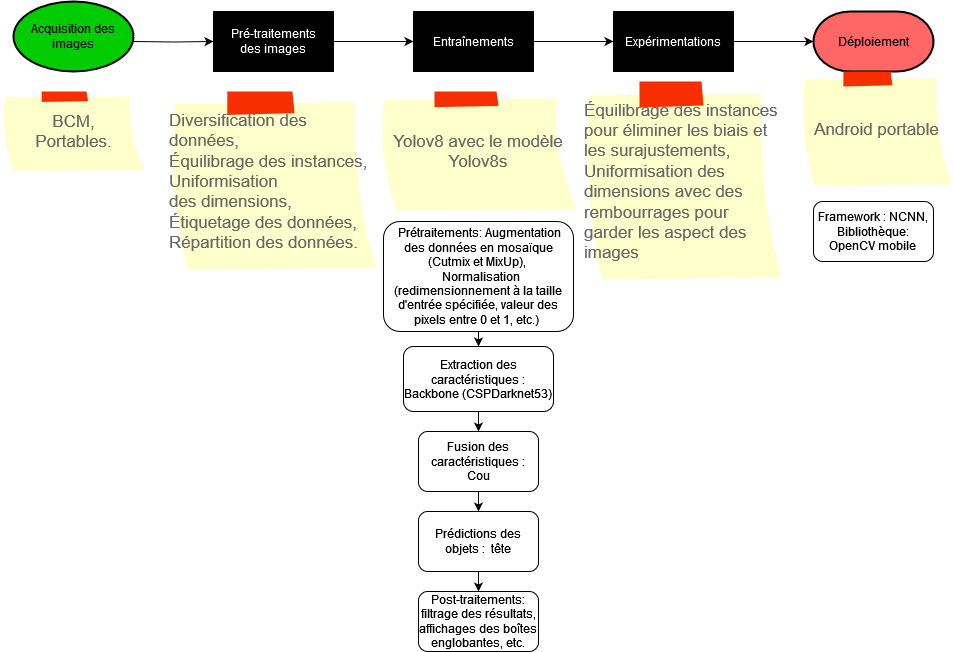
Above: Ariary_recognition.drawio.png in bihoux/Repertoire_vaovao (draw.io), before the change. Source tidied: cells renumbered, new cells last; positions are measured from the earlier drawing's top-left corner, leaving out a move shared by most shapes.
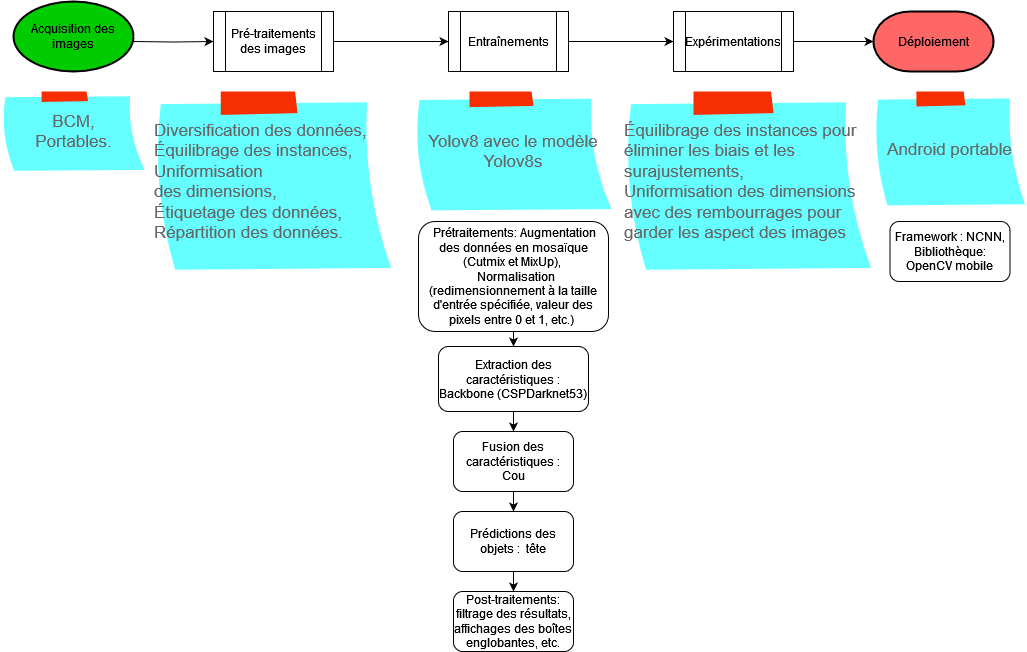
Above is the later version.

Commit message:
Mettre à jour Ariary_recognition.drawio.png

What changed in the source:
```diff
@@ -10,73 +10,75 @@
     <mxCell id="3" style="edgeStyle=orthogonalEdgeStyle;rounded=0;jettySize=auto;html=1;fillColor=#66FFFF;" parent="1" edge="1" source="4" target="6">
       <mxGeometry relative="1" as="geometry" />
     </mxCell>
-    <mxCell id="4" value="Pré-traitements des images" style="shape=process;whiteSpace=wrap;html=1;backgroundOutline=1;fillColor=#000000;fontColor=#FFFFFF;" parent="1" vertex="1">
+    <mxCell id="4" value="Pré-traitements des images" style="shape=process;whiteSpace=wrap;html=1;backgroundOutline=1;fillColor=#FFFFFF;fontColor=#000000;" parent="1" vertex="1">
       <mxGeometry x="212" y="10" width="120" height="60" as="geometry" />
     </mxCell>
     <mxCell id="5" style="edgeStyle=orthogonalEdgeStyle;rounded=0;jettySize=auto;html=1;fillColor=#66FFFF;" parent="1" edge="1" source="6" target="8">
       <mxGeometry relative="1" as="geometry" />
     </mxCell>
-    <mxCell id="6" value="Entraînements" style="shape=process;whiteSpace=wrap;html=1;backgroundOutline=1;fillColor=#000000;fontColor=#FFFFFF;" parent="1" vertex="1">
-      <mxGeometry x="412" y="10" width="120" height="60" as="geometry" />
+    <mxCell id="6" value="Entraînements" style="shape=process;whiteSpace=wrap;html=1;backgroundOutline=1;fillColor=#FFFFFF;fontColor=#000000;" parent="1" vertex="1">
+      <mxGeometry x="447" y="10" width="120" height="60" as="geometry" />
     </mxCell>
     <mxCell id="7" style="edgeStyle=orthogonalEdgeStyle;rounded=0;jettySize=auto;html=1;fillColor=#66FFFF;" parent="1" edge="1" source="8">
       <mxGeometry relative="1" as="geometry">
-        <mxPoint x="812" y="40" as="targetPoint" />
+        <mxPoint x="872" y="40" as="targetPoint" />
       </mxGeometry>
     </mxCell>
-    <mxCell id="8" value="Expérimentations" style="shape=process;whiteSpace=wrap;html=1;backgroundOutline=1;fillColor=#000000;fontColor=#FFFFFF;" parent="1" vertex="1">
-      <mxGeometry x="612" y="10" width="120" height="60" as="geometry" />
+    <mxCell id="8" value="Expérimentations" style="shape=process;whiteSpace=wrap;html=1;backgroundOutline=1;fillColor=#FFFFFF;fontColor=#000000;" parent="1" vertex="1">
+      <mxGeometry x="672" y="10" width="120" height="60" as="geometry" />
     </mxCell>
     <mxCell id="9" style="edgeStyle=orthogonalEdgeStyle;rounded=0;jettySize=auto;html=1;" parent="1" edge="1" source="10" target="12">
       <mxGeometry relative="1" as="geometry" />
     </mxCell>
     <mxCell id="10" value="&amp;nbsp;Prétraitements: Augmentation des données en mosaïque (Cutmix et MixUp),&amp;nbsp;&lt;div&gt;&amp;nbsp; Normalisation (redimensionnement à la taille d'entrée spécifiée, valeur des pixels entre 0 et 1, etc.)&amp;nbsp; &lt;/div&gt;" style="rounded=1;whiteSpace=wrap;html=1;" parent="1" vertex="1">
-      <mxGeometry x="382" y="220" width="190" height="110" as="geometry" />
+      <mxGeometry x="417" y="220" width="190" height="110" as="geometry" />
     </mxCell>
     <mxCell id="11" style="edgeStyle=orthogonalEdgeStyle;rounded=0;jettySize=auto;html=1;" parent="1" edge="1" source="12" target="14">
       <mxGeometry relative="1" as="geometry" />
     </mxCell>
     <mxCell id="12" value="Extraction des caractéristiques : Backbone (CSPDarknet53)" style="rounded=1;whiteSpace=wrap;html=1;" parent="1" vertex="1">
-      <mxGeometry x="402" y="345" width="150" height="65" as="geometry" />
+      <mxGeometry x="437" y="345" width="150" height="65" as="geometry" />
     </mxCell>
-    <mxCell id="13" style="edgeStyle=orthogonalEdgeStyle;rounded=0;jettySize=auto;html=1;" parent="1" edge="1" source="14" target="16">
-      <mxGeometry relative="1" as="geometry" />
+    <mxCell id="13" style="edgeStyle=orthogonalEdgeStyle;rounded=0;jettySize=auto;html=1;" parent="1" edge="1" source="14">
+      <mxGeometry relative="1" as="geometry">
+        <mxPoint x="512" y="510" as="targetPoint" />
+      </mxGeometry>
     </mxCell>
     <mxCell id="14" value="Fusion des caractéristiques : Cou" style="rounded=1;whiteSpace=wrap;html=1;" parent="1" vertex="1">
-      <mxGeometry x="417" y="430" width="120" height="60" as="geometry" />
+      <mxGeometry x="452" y="430" width="120" height="60" as="geometry" />
     </mxCell>
     <mxCell id="15" style="edgeStyle=orthogonalEdgeStyle;rounded=0;jettySize=auto;html=1;" parent="1" edge="1" source="16" target="17">
       <mxGeometry relative="1" as="geometry" />
     </mxCell>
     <mxCell id="16" value="Prédictions des objets :&amp;nbsp; tête" style="rounded=1;whiteSpace=wrap;html=1;" parent="1" vertex="1">
-      <mxGeometry x="417" y="510" width="120" height="60" as="geometry" />
+      <mxGeometry x="452" y="510" width="120" height="60" as="geometry" />
     </mxCell>
     <mxCell id="17" value="Post-traitements: filtrage des résultats, affichages des boîtes englobantes, etc." style="rounded=1;whiteSpace=wrap;html=1;" parent="1" vertex="1">
-      <mxGeometry x="417" y="590" width="120" height="60" as="geometry" />
+      <mxGeometry x="452" y="590" width="120" height="60" as="geometry" />
     </mxCell>
     <mxCell id="18" value="&lt;div&gt;Framework : NCNN,&lt;/div&gt;&lt;div&gt;Bibliothèque: OpenCV mobile&lt;br&gt;&lt;/div&gt;" style="rounded=1;whiteSpace=wrap;html=1;" parent="1" vertex="1">
-      <mxGeometry x="812" y="200" width="120" height="60" as="geometry" />
+      <mxGeometry x="888.5" y="220" width="120" height="60" as="geometry" />
     </mxCell>
     <mxCell id="19" value="Acquisition des images" style="strokeWidth=2;html=1;shape=mxgraph.flowchart.start_1;whiteSpace=wrap;fillColor=#00CC00;" parent="1" vertex="1">
       <mxGeometry x="12" width="120" height="70" as="geometry" />
     </mxCell>
     <mxCell id="20" value="Déploiement" style="strokeWidth=2;html=1;shape=mxgraph.flowchart.terminator;whiteSpace=wrap;fillColor=#FF6666;" parent="1" vertex="1">
-      <mxGeometry x="812" y="10" width="120" height="60" as="geometry" />
+      <mxGeometry x="872" y="10" width="120" height="60" as="geometry" />
     </mxCell>
-    <mxCell id="21" value="&lt;div align=&quot;left&quot;&gt;Diversification des données,&lt;/div&gt;&lt;div align=&quot;left&quot;&gt;Équilibrage des instances,&amp;nbsp;&lt;/div&gt;&lt;div&gt;&lt;div align=&quot;left&quot;&gt;Uniformisation&lt;br&gt;&lt;/div&gt;&lt;div align=&quot;left&quot;&gt; des dimensions,&amp;nbsp;&lt;/div&gt;&lt;div align=&quot;left&quot;&gt;Étiquetage des données, Répartition des données.&lt;/div&gt;&lt;/div&gt;" style="strokeWidth=1;shadow=0;dashed=0;align=center;html=1;shape=mxgraph.mockup.text.stickyNote2;fontColor=#666666;mainText=;fontSize=17;whiteSpace=wrap;fillColor=#ffffcc;strokeColor=#F62E00;" parent="1" vertex="1">
-      <mxGeometry x="167" y="90" width="210" height="180" as="geometry" />
+    <mxCell id="21" value="&lt;div align=&quot;left&quot;&gt;Diversification des données,&lt;/div&gt;&lt;div align=&quot;left&quot;&gt;Équilibrage des instances,&amp;nbsp;&lt;/div&gt;&lt;div&gt;&lt;div align=&quot;left&quot;&gt;Uniformisation&lt;br&gt;&lt;/div&gt;&lt;div align=&quot;left&quot;&gt; des dimensions,&amp;nbsp;&lt;/div&gt;&lt;div align=&quot;left&quot;&gt;Étiquetage des données, Répartition des données.&lt;/div&gt;&lt;/div&gt;" style="strokeWidth=1;shadow=0;dashed=0;align=center;html=1;shape=mxgraph.mockup.text.stickyNote2;fontColor=#666666;mainText=;fontSize=17;whiteSpace=wrap;fillColor=#66FFFF;strokeColor=#F62E00;" parent="1" vertex="1">
+      <mxGeometry x="152" y="90" width="240" height="180" as="geometry" />
     </mxCell>
-    <mxCell id="22" value="Yolov8 avec le modèle Yolov8s" style="strokeWidth=1;shadow=0;dashed=0;align=center;html=1;shape=mxgraph.mockup.text.stickyNote2;fontColor=#666666;mainText=;fontSize=17;whiteSpace=wrap;fillColor=#ffffcc;strokeColor=#F62E00;" parent="1" vertex="1">
-      <mxGeometry x="377" y="90" width="200" height="120" as="geometry" />
+    <mxCell id="22" value="Yolov8 avec le modèle Yolov8s" style="strokeWidth=1;shadow=0;dashed=0;align=center;html=1;shape=mxgraph.mockup.text.stickyNote2;fontColor=#666666;mainText=;fontSize=17;whiteSpace=wrap;fillColor=#66FFFF;strokeColor=#F62E00;" parent="1" vertex="1">
+      <mxGeometry x="412" y="90" width="200" height="120" as="geometry" />
     </mxCell>
-    <mxCell id="23" value="&lt;div align=&quot;left&quot;&gt;Équilibrage des instances pour éliminer les biais et les surajustements, &lt;br&gt;&lt;/div&gt;&lt;div align=&quot;left&quot;&gt;Uniformisation des dimensions avec des rembourrages pour garder les aspect des images&lt;/div&gt;" style="strokeWidth=1;shadow=0;dashed=0;align=center;html=1;shape=mxgraph.mockup.text.stickyNote2;fontColor=#666666;mainText=;fontSize=17;whiteSpace=wrap;fillColor=#ffffcc;strokeColor=#F62E00;" parent="1" vertex="1">
-      <mxGeometry x="582" y="80" width="200" height="200" as="geometry" />
+    <mxCell id="23" value="&lt;div align=&quot;left&quot;&gt;Équilibrage des instances pour éliminer les biais et les surajustements, &lt;br&gt;&lt;/div&gt;&lt;div align=&quot;left&quot;&gt;Uniformisation des dimensions avec des rembourrages pour garder les aspect des images&lt;/div&gt;" style="strokeWidth=1;shadow=0;dashed=0;align=center;html=1;shape=mxgraph.mockup.text.stickyNote2;fontColor=#666666;mainText=;fontSize=17;whiteSpace=wrap;fillColor=#66FFFF;strokeColor=#F62E00;" parent="1" vertex="1">
+      <mxGeometry x="622" y="90" width="250" height="180" as="geometry" />
     </mxCell>
-    <mxCell id="24" value="BCM,&lt;br&gt;Portables." style="strokeWidth=1;shadow=0;dashed=0;align=center;html=1;shape=mxgraph.mockup.text.stickyNote2;fontColor=#666666;mainText=;fontSize=17;whiteSpace=wrap;fillColor=#ffffcc;strokeColor=#F62E00;" parent="1" vertex="1">
+    <mxCell id="24" value="BCM,&lt;br&gt;Portables." style="strokeWidth=1;shadow=0;dashed=0;align=center;html=1;shape=mxgraph.mockup.text.stickyNote2;fontColor=#666666;mainText=;fontSize=17;whiteSpace=wrap;fillColor=#66FFFF;strokeColor=#F62E00;" parent="1" vertex="1">
       <mxGeometry x="-0.5" y="90" width="145" height="80" as="geometry" />
     </mxCell>
-    <mxCell id="25" value="Android portable" style="strokeWidth=1;shadow=0;dashed=0;align=center;html=1;shape=mxgraph.mockup.text.stickyNote2;fontColor=#666666;mainText=;fontSize=17;whiteSpace=wrap;fillColor=#ffffcc;strokeColor=#F62E00;" parent="1" vertex="1">
-      <mxGeometry x="799" y="70" width="153" height="115" as="geometry" />
+    <mxCell id="25" value="Android portable" style="strokeWidth=1;shadow=0;dashed=0;align=center;html=1;shape=mxgraph.mockup.text.stickyNote2;fontColor=#666666;mainText=;fontSize=17;whiteSpace=wrap;fillColor=#66FFFF;strokeColor=#F62E00;" parent="1" vertex="1">
+      <mxGeometry x="872" y="90" width="153" height="115" as="geometry" />
     </mxCell>
   </root>
 </mxGraphModel>
```
